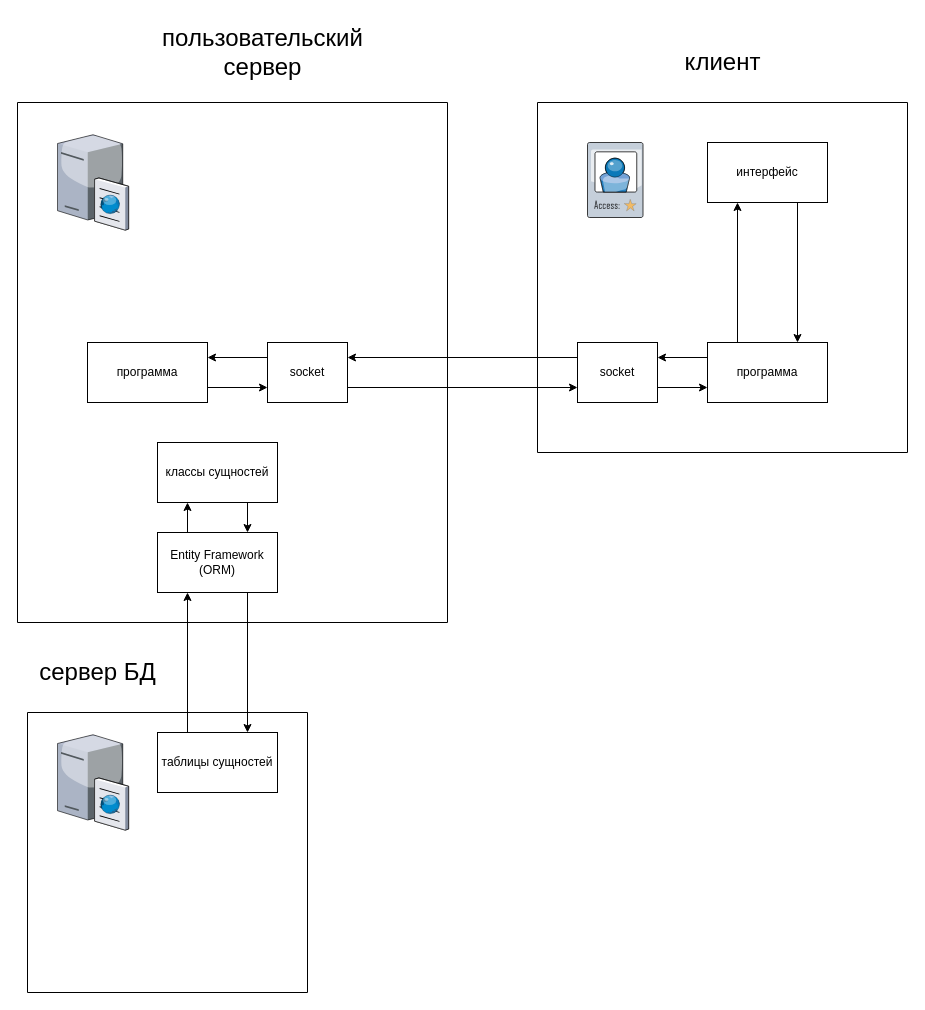
Before: Диаграмма без названия.drawio in BMSTU2024/kusrwork-seti-, a draw.io diagram. Source tidied: cells renumbered, new cells numbered last; positions are measured from the earlier drawing's top-left corner, leaving out a move shared by most shapes. Both pictures are drawn from the tidied source at 100%, with x=0, y=0 at pixel (17, 17).
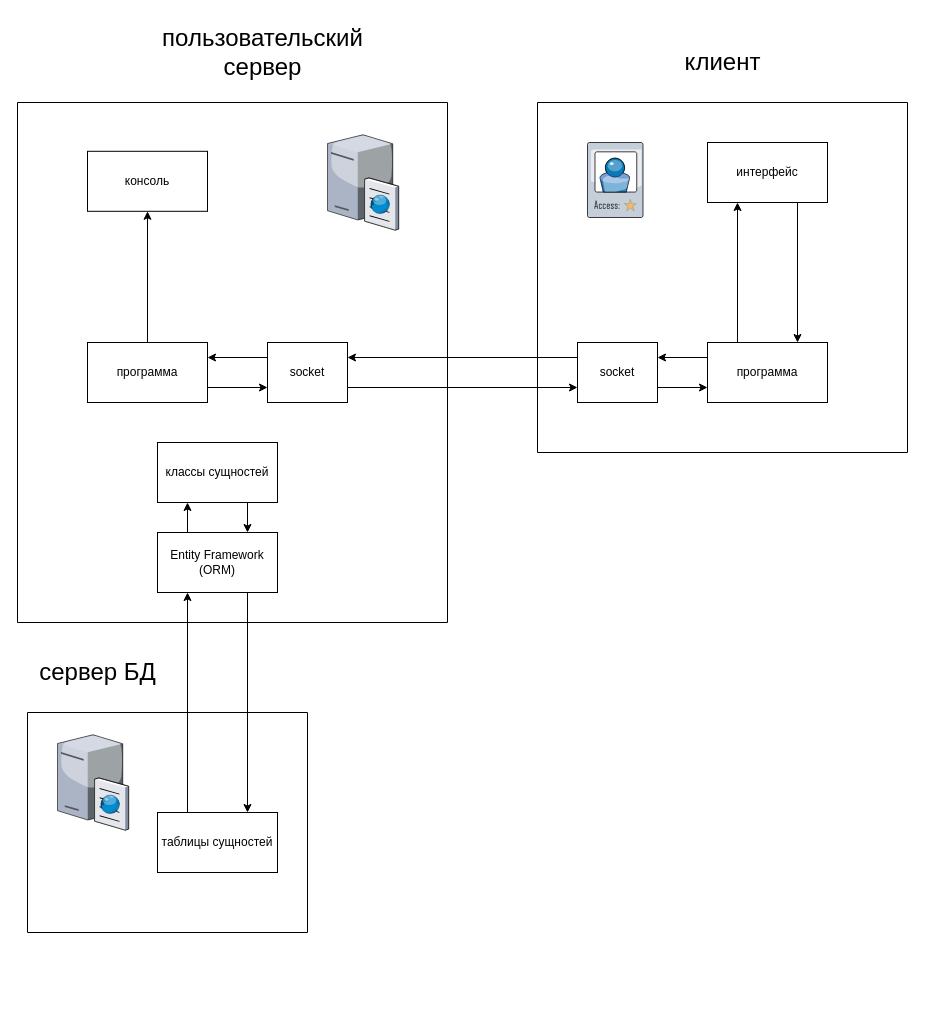
After the change.

Unchanged cells that the change refers to:
```xml
<mxCell id="11" style="swimlane;startSize=0;" parent="1" vertex="1">
  <mxGeometry y="85" width="430" height="520" as="geometry" />
</mxCell>
<mxCell id="16" value="программа" style="rounded=0;whiteSpace=wrap;html=1;" parent="11" vertex="1">
  <mxGeometry x="70" y="240" width="120" height="60" as="geometry" />
</mxCell>
```

The edit, as a diff of the source:
```diff
@@
     <mxCell id="14" style="verticalLabelPosition=bottom;sketch=0;html=1;verticalAlign=top;strokeColor=none;align=center;shape=mxgraph.citrix.cache_server;" parent="11" vertex="1">
-      <mxGeometry x="40" y="30" width="71" height="97.5" as="geometry" />
+      <mxGeometry x="310" y="30" width="71" height="97.5" as="geometry" />
     </mxCell>
@@
+    <mxCell id="32" style="edgeStyle=orthogonalEdgeStyle;rounded=0;jettySize=auto;html=1;exitX=0.5;exitY=0;exitDx=0;exitDy=0;entryX=0.5;entryY=1;entryDx=0;entryDy=0;" parent="11" edge="1" source="16" target="33">
+      <mxGeometry relative="1" as="geometry" />
+    </mxCell>
@@
+    <mxCell id="33" value="консоль" style="rounded=0;whiteSpace=wrap;html=1;" parent="11" vertex="1">
+      <mxGeometry x="70" y="48.8" width="120" height="60" as="geometry" />
+    </mxCell>
@@
     <mxCell id="27" style="swimlane;startSize=0;" parent="1" vertex="1">
-      <mxGeometry x="10" y="695" width="280" height="280" as="geometry" />
+      <mxGeometry x="10" y="695" width="280" height="220" as="geometry" />
     </mxCell>
@@
     <mxCell id="29" value="таблицы сущностей" style="rounded=0;whiteSpace=wrap;html=1;" parent="27" vertex="1">
-      <mxGeometry x="130" y="20" width="120" height="60" as="geometry" />
+      <mxGeometry x="130" y="100" width="120" height="60" as="geometry" />
     </mxCell>
```
